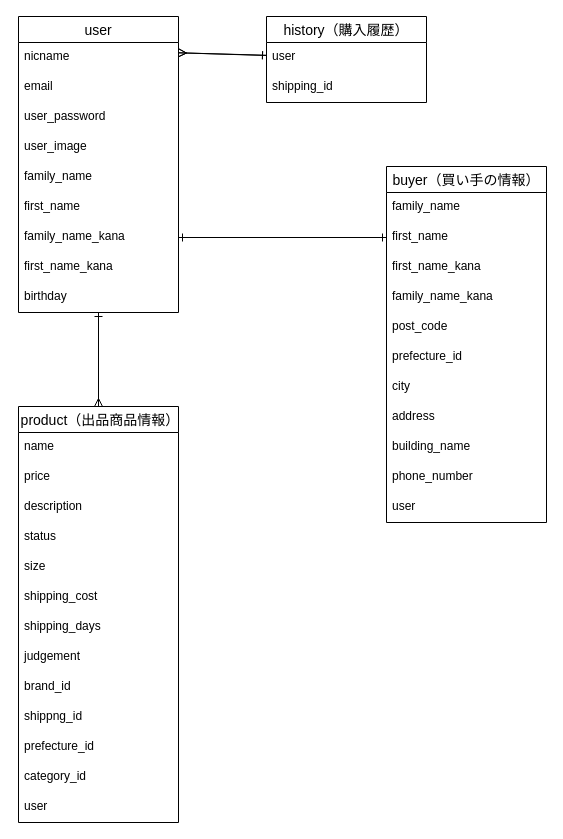
Earlier version of the draw.io diagram er-zu-furima-41252.dio (yu-no-m1i/furima-41252). Source tidied: cells renumbered, new cells numbered last; positions are measured from the earlier drawing's top-left corner, leaving out a move shared by most shapes. Both pictures are drawn from the tidied source at 100%, with x=0, y=0 at pixel (18, 16).
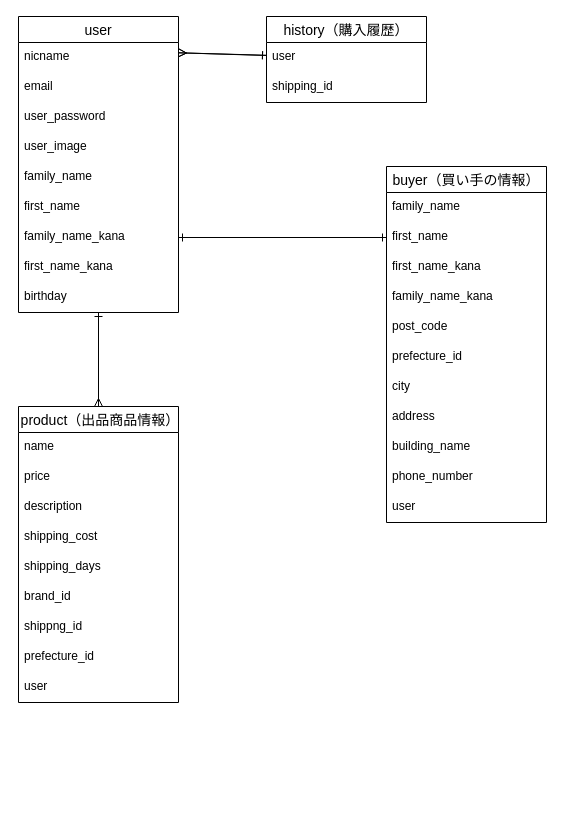
Above is the later version.

Commit message (it also covers changes not shown here):
READ MEとER図修正

The edit, as a diff of the source:
```diff
@@
     <mxCell id="25" value=" product（出品商品情報）" style="swimlane;fontStyle=0;horizontal=1;startSize=26;align=center;fontSize=14;" parent="1" vertex="1">
-      <mxGeometry y="390" width="160" height="416" as="geometry" />
+      <mxGeometry y="390" width="160" height="296" as="geometry" />
     </mxCell>
@@
-    <mxCell id="29" value="status" style="text;strokeColor=none;fillColor=none;spacingLeft=4;spacingRight=4;overflow=hidden;fontSize=12;" parent="25" vertex="1">
-      <mxGeometry y="116" width="160" height="30" as="geometry" />
-    </mxCell>
-    <mxCell id="30" value="size" style="text;strokeColor=none;fillColor=none;spacingLeft=4;spacingRight=4;overflow=hidden;fontSize=12;" parent="25" vertex="1">
-      <mxGeometry y="146" width="160" height="30" as="geometry" />
-    </mxCell>
     <mxCell id="31" value="shipping_cost" style="text;strokeColor=none;fillColor=none;spacingLeft=4;spacingRight=4;overflow=hidden;fontSize=12;" parent="25" vertex="1">
-      <mxGeometry y="176" width="160" height="30" as="geometry" />
+      <mxGeometry y="116" width="160" height="30" as="geometry" />
     </mxCell>
     <mxCell id="32" value="shipping_days" style="text;strokeColor=none;fillColor=none;spacingLeft=4;spacingRight=4;overflow=hidden;fontSize=12;" parent="25" vertex="1">
-      <mxGeometry y="206" width="160" height="30" as="geometry" />
+      <mxGeometry y="146" width="160" height="30" as="geometry" />
     </mxCell>
-    <mxCell id="33" value="judgement" style="text;strokeColor=none;fillColor=none;spacingLeft=4;spacingRight=4;overflow=hidden;fontSize=12;" parent="25" vertex="1">
-      <mxGeometry y="236" width="160" height="30" as="geometry" />
-    </mxCell>
     <mxCell id="34" value="brand_id" style="text;strokeColor=none;fillColor=none;spacingLeft=4;spacingRight=4;overflow=hidden;fontSize=12;" parent="25" vertex="1">
-      <mxGeometry y="266" width="160" height="30" as="geometry" />
+      <mxGeometry y="176" width="160" height="30" as="geometry" />
     </mxCell>
     <mxCell id="35" value="shippng_id" style="text;strokeColor=none;fillColor=none;spacingLeft=4;spacingRight=4;overflow=hidden;fontSize=12;" parent="25" vertex="1">
-      <mxGeometry y="296" width="160" height="30" as="geometry" />
+      <mxGeometry y="206" width="160" height="30" as="geometry" />
     </mxCell>
     <mxCell id="36" value="prefecture_id" style="text;strokeColor=none;fillColor=none;spacingLeft=4;spacingRight=4;overflow=hidden;fontSize=12;" parent="25" vertex="1">
-      <mxGeometry y="326" width="160" height="30" as="geometry" />
+      <mxGeometry y="236" width="160" height="30" as="geometry" />
     </mxCell>
-    <mxCell id="37" value="category_id" style="text;strokeColor=none;fillColor=none;spacingLeft=4;spacingRight=4;overflow=hidden;fontSize=12;" parent="25" vertex="1">
-      <mxGeometry y="356" width="160" height="30" as="geometry" />
-    </mxCell>
     <mxCell id="38" value="user" style="text;strokeColor=none;fillColor=none;spacingLeft=4;spacingRight=4;overflow=hidden;fontSize=12;" parent="25" vertex="1">
-      <mxGeometry y="386" width="160" height="30" as="geometry" />
+      <mxGeometry y="266" width="160" height="30" as="geometry" />
     </mxCell>
```
